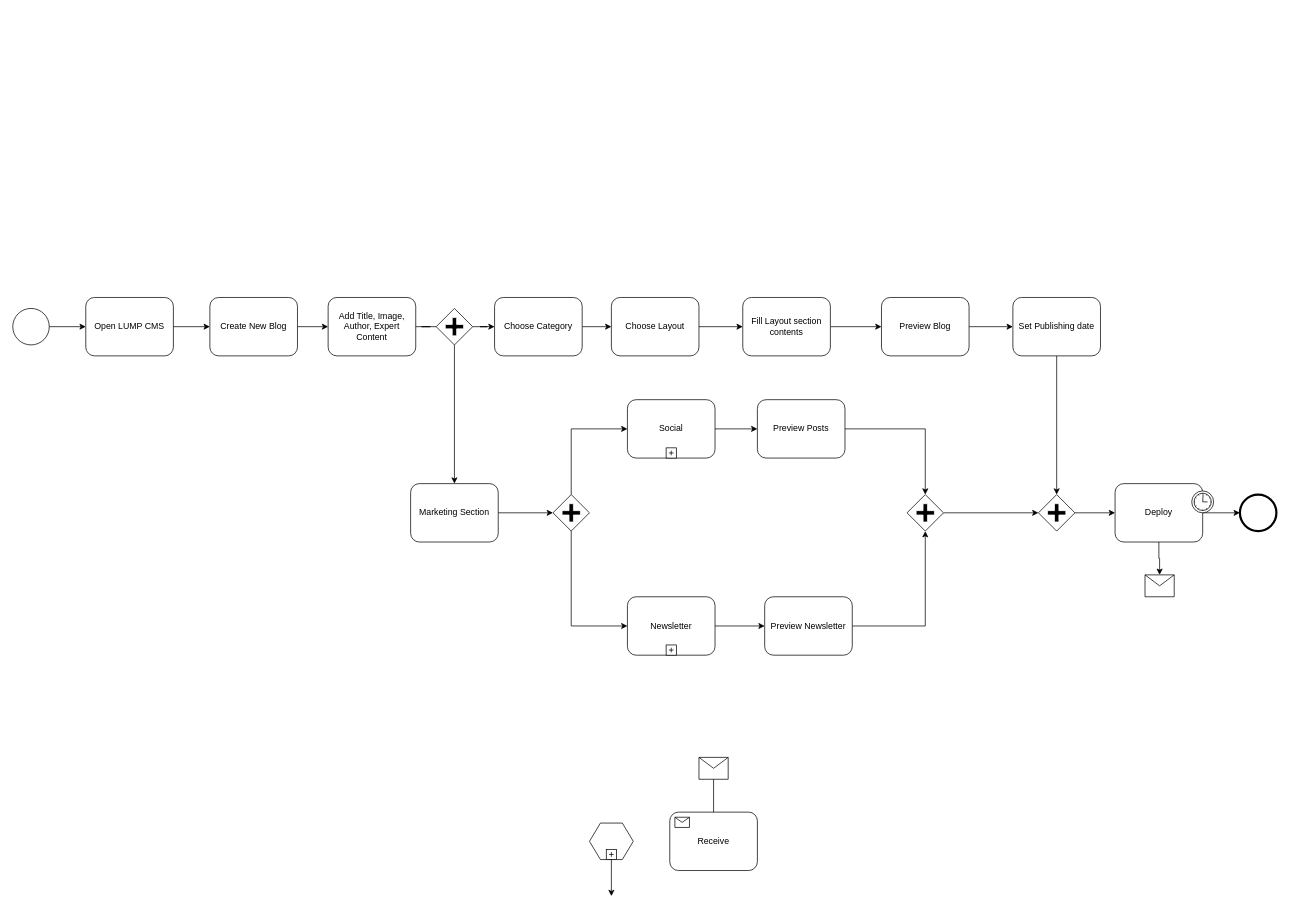
Above: lump-end-user-flow.drawio in lmnaslimited/iyakkam (draw.io), before the change. Source tidied: cells renumbered, new cells numbered last; positions are measured from the earlier drawing's top-left corner, leaving out a move shared by most shapes. Both pictures are drawn from the tidied source at 73%, with x=0, y=0 at pixel (12, 297).
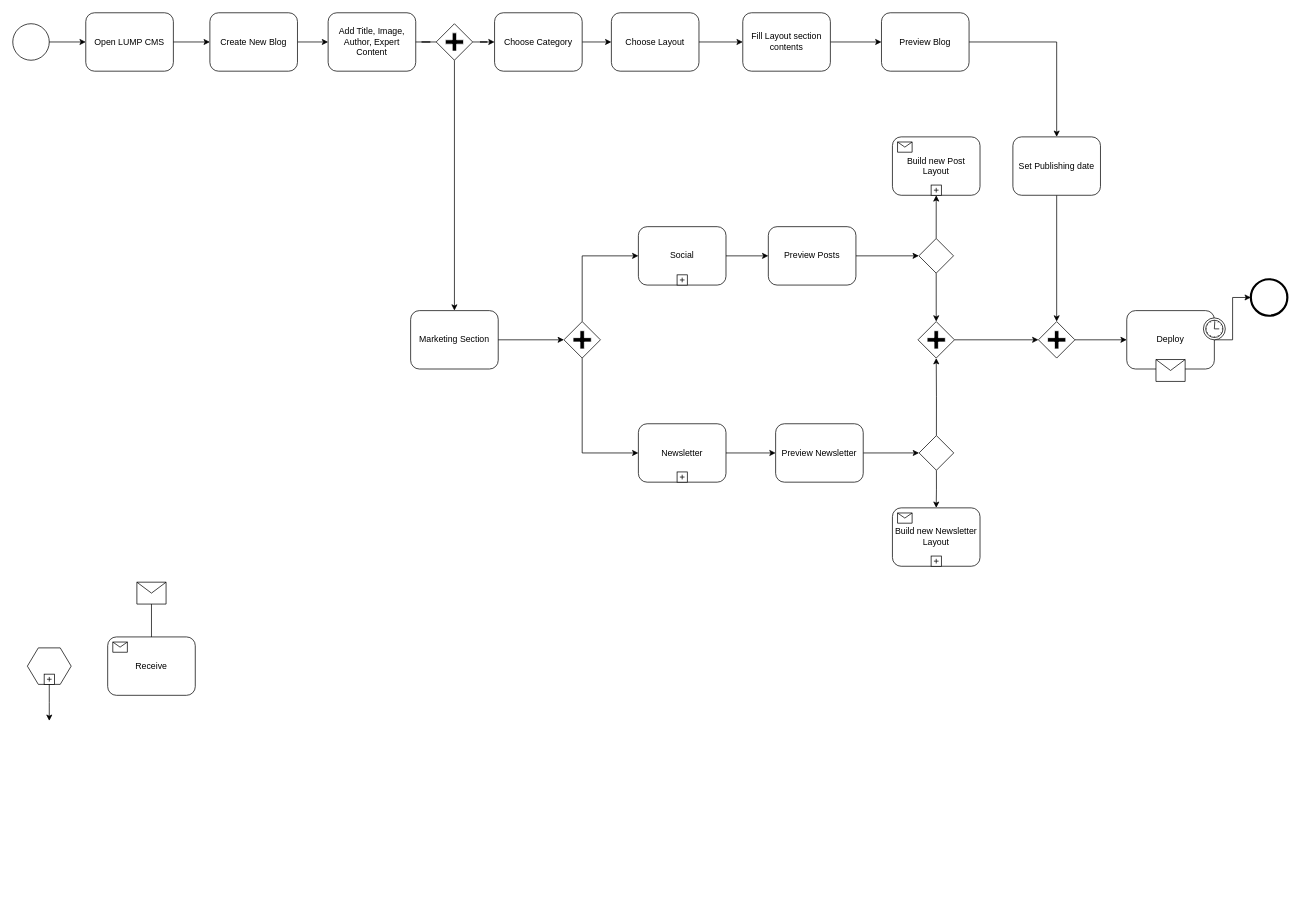
The same page after the edit.

Commit message:
build social and newsletter templates subprocess added

The edit, as a diff of the source:
```diff
@@
     <mxCell id="2" style="shape=mxgraph.bpmn.shape;html=1;verticalLabelPosition=bottom;labelBackgroundColor=#ffffff;verticalAlign=top;perimeter=ellipsePerimeter;outline=standard;symbol=general;" parent="1" vertex="1">
-      <mxGeometry y="15" width="50" height="50" as="geometry" />
+      <mxGeometry y="-375" width="50" height="50" as="geometry" />
     </mxCell>
     <mxCell id="3" value="Open LUMP CMS" style="shape=ext;rounded=1;html=1;whiteSpace=wrap;" parent="1" vertex="1">
-      <mxGeometry x="100" width="120" height="80" as="geometry" />
+      <mxGeometry x="100" y="-390" width="120" height="80" as="geometry" />
     </mxCell>
@@
     <mxCell id="5" value="Create New Blog" style="shape=ext;rounded=1;html=1;whiteSpace=wrap;" parent="1" vertex="1">
-      <mxGeometry x="270" width="120" height="80" as="geometry" />
+      <mxGeometry x="270" y="-390" width="120" height="80" as="geometry" />
     </mxCell>
     <mxCell id="6" style="shape=hexagon;whiteSpace=wrap;html=1;perimeter=hexagonPerimeter;" parent="1" vertex="1">
-      <mxGeometry x="790" y="720" width="60" height="50" as="geometry" />
+      <mxGeometry x="20" y="480" width="60" height="50" as="geometry" />
     </mxCell>
@@
     <mxCell id="8" value="Receive" style="html=1;whiteSpace=wrap;rounded=1;" parent="1" vertex="1">
-      <mxGeometry x="900" y="705" width="120" height="80" as="geometry" />
+      <mxGeometry x="130" y="465" width="120" height="80" as="geometry" />
     </mxCell>
@@
     <mxCell id="10" style="shape=message;whiteSpace=wrap;html=1;" parent="1" vertex="1">
-      <mxGeometry x="940" y="630" width="40" height="30" as="geometry" />
+      <mxGeometry x="170" y="390" width="40" height="30" as="geometry" />
     </mxCell>
@@
     <mxCell id="14" style="edgeStyle=orthogonalEdgeStyle;rounded=0;html=1;jettySize=auto;" parent="1" edge="1" source="6">
       <mxGeometry relative="1" as="geometry">
-        <mxPoint x="820" y="820" as="targetPoint" />
+        <mxPoint x="50" y="580" as="targetPoint" />
       </mxGeometry>
     </mxCell>
@@
     <mxCell id="16" value="Add Title, Image, Author, Expert Content" style="shape=ext;rounded=1;html=1;whiteSpace=wrap;" parent="1" vertex="1">
-      <mxGeometry x="432" width="120" height="80" as="geometry" />
+      <mxGeometry x="432" y="-390" width="120" height="80" as="geometry" />
     </mxCell>
@@
     <mxCell id="18" value="Choose Category" style="shape=ext;rounded=1;html=1;whiteSpace=wrap;" parent="1" vertex="1">
-      <mxGeometry x="660" width="120" height="80" as="geometry" />
+      <mxGeometry x="660" y="-390" width="120" height="80" as="geometry" />
     </mxCell>
@@
     <mxCell id="20" value="Choose Layout" style="shape=ext;rounded=1;html=1;whiteSpace=wrap;" parent="1" vertex="1">
-      <mxGeometry x="820" width="120" height="80" as="geometry" />
+      <mxGeometry x="820" y="-390" width="120" height="80" as="geometry" />
     </mxCell>
     <mxCell id="21" value="Marketing Section" style="shape=ext;rounded=1;html=1;whiteSpace=wrap;" parent="1" vertex="1">
-      <mxGeometry x="545" y="255" width="120" height="80" as="geometry" />
+      <mxGeometry x="545" y="18" width="120" height="80" as="geometry" />
     </mxCell>
@@
     <mxCell id="24" style="shape=mxgraph.bpmn.shape;html=1;verticalLabelPosition=bottom;labelBackgroundColor=#ffffff;verticalAlign=top;perimeter=rhombusPerimeter;background=gateway;outline=none;symbol=parallelGw;" parent="1" vertex="1">
-      <mxGeometry x="740" y="270" width="50" height="50" as="geometry" />
+      <mxGeometry x="755" y="33" width="50" height="50" as="geometry" />
     </mxCell>
@@
     <mxCell id="27" value="Fill Layout section contents" style="shape=ext;rounded=1;html=1;whiteSpace=wrap;" parent="1" vertex="1">
-      <mxGeometry x="1000" width="120" height="80" as="geometry" />
+      <mxGeometry x="1000" y="-390" width="120" height="80" as="geometry" />
     </mxCell>
-    <mxCell id="28" style="edgeStyle=orthogonalEdgeStyle;rounded=0;jettySize=auto;html=1;" parent="1" edge="1" source="29" target="32">
+    <mxCell id="28" style="edgeStyle=orthogonalEdgeStyle;rounded=0;jettySize=auto;html=1;exitX=1;exitY=0.5;exitDx=0;exitDy=0;" parent="1" edge="1" source="29" target="32">
       <mxGeometry relative="1" as="geometry" />
     </mxCell>
     <mxCell id="29" value="Preview Blog" style="shape=ext;rounded=1;html=1;whiteSpace=wrap;" parent="1" vertex="1">
-      <mxGeometry x="1190" width="120" height="80" as="geometry" />
+      <mxGeometry x="1190" y="-390" width="120" height="80" as="geometry" />
     </mxCell>
     <mxCell id="30" style="shape=mxgraph.bpmn.shape;html=1;verticalLabelPosition=bottom;labelBackgroundColor=#ffffff;verticalAlign=top;perimeter=ellipsePerimeter;outline=end;symbol=general;" parent="1" vertex="1">
-      <mxGeometry x="1681" y="270" width="50" height="50" as="geometry" />
+      <mxGeometry x="1696" y="-25" width="50" height="50" as="geometry" />
     </mxCell>
@@
     <mxCell id="32" value="Set Publishing date" style="shape=ext;rounded=1;html=1;whiteSpace=wrap;" parent="1" vertex="1">
-      <mxGeometry x="1370" width="120" height="80" as="geometry" />
+      <mxGeometry x="1370" y="-220" width="120" height="80" as="geometry" />
     </mxCell>
@@
     <mxCell id="34" value="Social" style="html=1;whiteSpace=wrap;rounded=1;" parent="1" vertex="1">
-      <mxGeometry x="842" y="140" width="120" height="80" as="geometry" />
+      <mxGeometry x="857" y="-97" width="120" height="80" as="geometry" />
     </mxCell>
@@
     <mxCell id="37" style="shape=mxgraph.bpmn.shape;html=1;verticalLabelPosition=bottom;labelBackgroundColor=#ffffff;verticalAlign=top;perimeter=rhombusPerimeter;background=gateway;outline=none;symbol=parallelGw;" parent="1" vertex="1">
-      <mxGeometry x="580" y="15" width="50" height="50" as="geometry" />
+      <mxGeometry x="580" y="-375" width="50" height="50" as="geometry" />
     </mxCell>
@@
     <mxCell id="40" value="Newsletter" style="html=1;whiteSpace=wrap;rounded=1;" parent="1" vertex="1">
-      <mxGeometry x="842" y="410" width="120" height="80" as="geometry" />
+      <mxGeometry x="857" y="173" width="120" height="80" as="geometry" />
     </mxCell>
@@
     <mxCell id="43" style="shape=mxgraph.bpmn.shape;html=1;verticalLabelPosition=bottom;labelBackgroundColor=#ffffff;verticalAlign=top;perimeter=rhombusPerimeter;background=gateway;outline=none;symbol=parallelGw;" parent="1" vertex="1">
-      <mxGeometry x="1225" y="270" width="50" height="50" as="geometry" />
+      <mxGeometry x="1240" y="33" width="50" height="50" as="geometry" />
     </mxCell>
@@
     <mxCell id="45" style="shape=mxgraph.bpmn.shape;html=1;verticalLabelPosition=bottom;labelBackgroundColor=#ffffff;verticalAlign=top;perimeter=rhombusPerimeter;background=gateway;outline=none;symbol=parallelGw;" parent="1" vertex="1">
-      <mxGeometry x="1405" y="270" width="50" height="50" as="geometry" />
+      <mxGeometry x="1405" y="33" width="50" height="50" as="geometry" />
     </mxCell>
@@
     <mxCell id="48" value="Deploy" style="html=1;whiteSpace=wrap;rounded=1;" parent="1" vertex="1">
-      <mxGeometry x="1510" y="255" width="120" height="80" as="geometry" />
+      <mxGeometry x="1526" y="18" width="120" height="80" as="geometry" />
     </mxCell>
@@
-    <mxCell id="50" style="edgeStyle=orthogonalEdgeStyle;rounded=0;jettySize=auto;html=1;exitX=1;exitY=0.5;exitDx=0;exitDy=0;entryX=0.5;entryY=0;entryDx=0;entryDy=0;" parent="1" edge="1" source="51" target="43">
-      <mxGeometry relative="1" as="geometry" />
-    </mxCell>
+    <mxCell id="55" style="edgeStyle=orthogonalEdgeStyle;rounded=0;jettySize=auto;html=1;exitX=1;exitY=0.5;exitDx=0;exitDy=0;entryX=0;entryY=0.5;entryDx=0;entryDy=0;" parent="1" edge="1" source="51" target="59">
+      <mxGeometry relative="1" as="geometry" />
+    </mxCell>
     <mxCell id="51" value="Preview Posts" style="shape=ext;rounded=1;html=1;whiteSpace=wrap;" parent="1" vertex="1">
-      <mxGeometry x="1020" y="140" width="120" height="80" as="geometry" />
+      <mxGeometry x="1035" y="-97" width="120" height="80" as="geometry" />
     </mxCell>
-    <mxCell id="52" style="edgeStyle=orthogonalEdgeStyle;rounded=0;jettySize=auto;html=1;exitX=1;exitY=0.5;exitDx=0;exitDy=0;entryX=0.5;entryY=1;entryDx=0;entryDy=0;" parent="1" edge="1" source="53" target="43">
-      <mxGeometry relative="1" as="geometry" />
-    </mxCell>
+    <mxCell id="56" style="edgeStyle=orthogonalEdgeStyle;rounded=0;jettySize=auto;html=1;exitX=1;exitY=0.5;exitDx=0;exitDy=0;entryX=0;entryY=0.5;entryDx=0;entryDy=0;" parent="1" edge="1" source="53" target="68">
+      <mxGeometry relative="1" as="geometry" />
+    </mxCell>
     <mxCell id="53" value="Preview Newsletter" style="shape=ext;rounded=1;html=1;whiteSpace=wrap;" parent="1" vertex="1">
-      <mxGeometry x="1030" y="410" width="120" height="80" as="geometry" />
+      <mxGeometry x="1045" y="173" width="120" height="80" as="geometry" />
     </mxCell>
     <mxCell id="54" style="shape=message;whiteSpace=wrap;html=1;" parent="1" vertex="1">
-      <mxGeometry x="1551" y="380" width="40" height="30" as="geometry" />
+      <mxGeometry x="1566" y="85" width="40" height="30" as="geometry" />
     </mxCell>
+    <mxCell id="57" style="edgeStyle=orthogonalEdgeStyle;rounded=0;jettySize=auto;html=1;exitX=0.5;exitY=1;exitDx=0;exitDy=0;entryX=0.5;entryY=0;entryDx=0;entryDy=0;" parent="1" edge="1" source="59" target="43">
+      <mxGeometry relative="1" as="geometry" />
+    </mxCell>
+    <mxCell id="58" style="edgeStyle=orthogonalEdgeStyle;rounded=0;jettySize=auto;html=1;exitX=0.5;exitY=0;exitDx=0;exitDy=0;entryX=0.5;entryY=1;entryDx=0;entryDy=0;" parent="1" edge="1" source="59" target="62">
+      <mxGeometry relative="1" as="geometry" />
+    </mxCell>
+    <mxCell id="59" style="rhombus;" parent="1" vertex="1">
+      <mxGeometry x="1241.2" y="-80.8" width="47.5" height="47.5" as="geometry" />
+    </mxCell>
+    <mxCell id="60" value="Build new Post Layout" style="html=1;whiteSpace=wrap;rounded=1;" parent="1" vertex="1">
+      <mxGeometry x="1205" y="-220" width="120" height="80" as="geometry" />
+    </mxCell>
+    <mxCell id="61" style="html=1;shape=message;" parent="60" vertex="1">
+      <mxGeometry width="20" height="14" relative="1" as="geometry">
+        <mxPoint x="7" y="7" as="offset" />
+      </mxGeometry>
+    </mxCell>
+    <mxCell id="62" style="html=1;shape=plus;" parent="60" vertex="1">
+      <mxGeometry x="53" y="66" width="14" height="14" as="geometry" />
+    </mxCell>
+    <mxCell id="63" value="Build new Newsletter Layout" style="html=1;whiteSpace=wrap;rounded=1;" parent="1" vertex="1">
+      <mxGeometry x="1205" y="288.2" width="120" height="80" as="geometry" />
+    </mxCell>
+    <mxCell id="64" style="html=1;shape=message;" parent="63" vertex="1">
+      <mxGeometry width="20" height="14" relative="1" as="geometry">
+        <mxPoint x="7" y="7" as="offset" />
+      </mxGeometry>
+    </mxCell>
+    <mxCell id="65" style="html=1;shape=plus;" parent="63" vertex="1">
+      <mxGeometry x="53" y="66" width="14" height="14" as="geometry" />
+    </mxCell>
+    <mxCell id="66" style="edgeStyle=orthogonalEdgeStyle;rounded=0;jettySize=auto;html=1;exitX=0.5;exitY=0;exitDx=0;exitDy=0;entryX=0.5;entryY=1;entryDx=0;entryDy=0;" parent="1" edge="1" source="68" target="43">
+      <mxGeometry relative="1" as="geometry" />
+    </mxCell>
+    <mxCell id="67" style="edgeStyle=orthogonalEdgeStyle;rounded=0;jettySize=auto;html=1;exitX=0.5;exitY=1;exitDx=0;exitDy=0;entryX=0.5;entryY=0;entryDx=0;entryDy=0;" parent="1" edge="1" source="68" target="63">
+      <mxGeometry relative="1" as="geometry" />
+    </mxCell>
+    <mxCell id="68" style="rhombus;" parent="1" vertex="1">
+      <mxGeometry x="1241.5" y="189.2" width="47.5" height="47.5" as="geometry" />
+    </mxCell>
```
